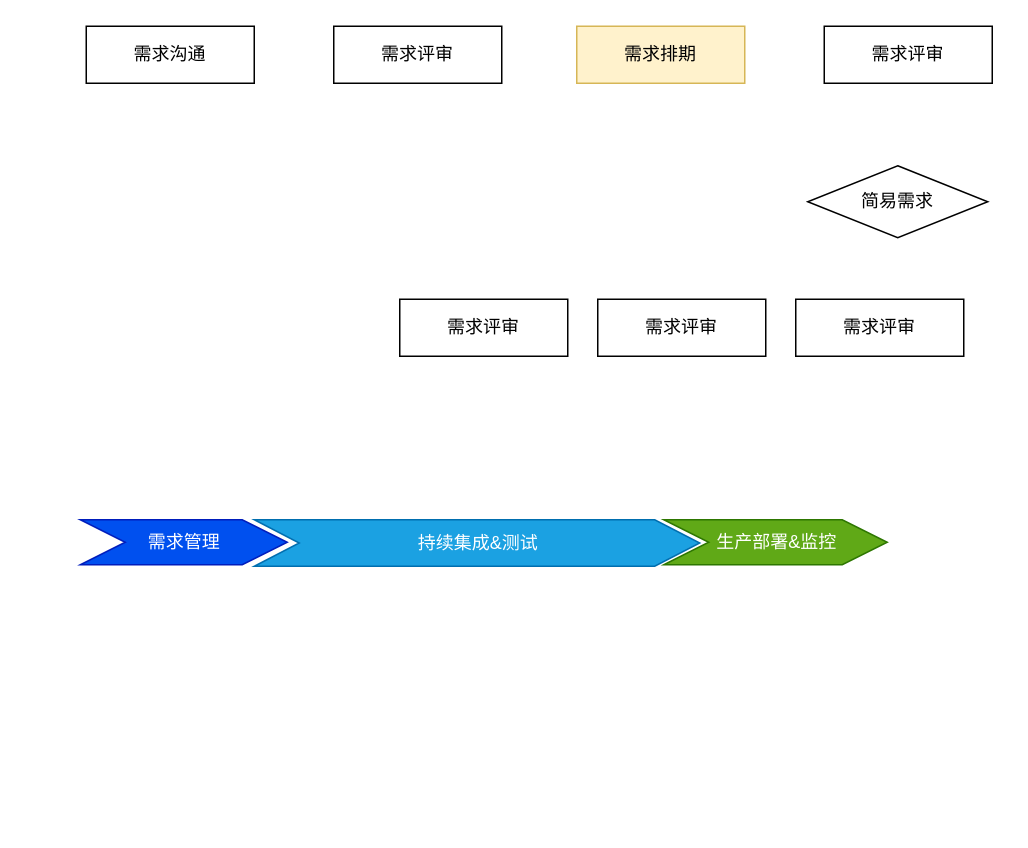
Before: src/Untitled Diagram.drawio in qqstt/diagram, a draw.io diagram. Source tidied: cells renumbered, new cells numbered last; positions are measured from the earlier drawing's top-left corner, leaving out a move shared by most shapes. Both pictures are drawn from the tidied source at 150%, with x=0, y=0 at pixel (80, 26).
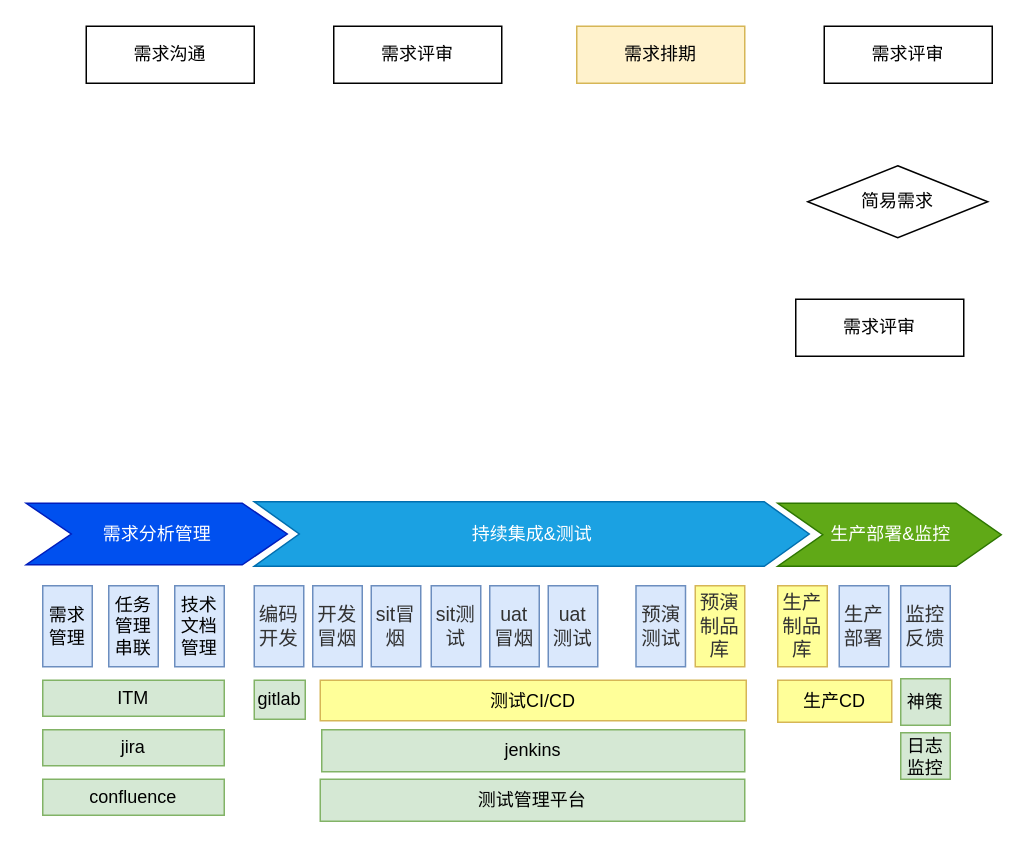
The same page after the edit.

What changed in the source:
```diff
@@
-    <mxCell id="7" value="需求评审" style="rounded=0;whiteSpace=wrap;html=1;" parent="1" vertex="1">
-      <mxGeometry x="345" y="182" width="112" height="38" as="geometry" />
+    <mxCell id="7" value="ITM" style="rounded=0;whiteSpace=wrap;html=1;fillColor=#d5e8d4;strokeColor=#82b366;" parent="1" vertex="1">
+      <mxGeometry x="-25" y="436" width="121" height="24" as="geometry" />
     </mxCell>
-    <mxCell id="8" value="需求评审" style="rounded=0;whiteSpace=wrap;html=1;" parent="1" vertex="1">
-      <mxGeometry x="213" y="182" width="112" height="38" as="geometry" />
-    </mxCell>
@@
-    <mxCell id="10" value="需求管理" style="html=1;shadow=0;dashed=0;align=center;verticalAlign=middle;shape=mxgraph.arrows2.arrow;dy=0;dx=30;notch=30;fillColor=#0050ef;strokeColor=#001DBC;fontColor=#ffffff;" parent="1" vertex="1">
-      <mxGeometry y="329" width="138" height="30" as="geometry" />
+    <mxCell id="10" value="需求分析管理" style="html=1;shadow=0;dashed=0;align=center;verticalAlign=middle;shape=mxgraph.arrows2.arrow;dy=0;dx=30;notch=30;fillColor=#0050ef;strokeColor=#001DBC;fontColor=#ffffff;" parent="1" vertex="1">
+      <mxGeometry x="-36" y="318" width="174" height="41" as="geometry" />
     </mxCell>
     <mxCell id="11" value="持续集成&amp;amp;测试" style="html=1;shadow=0;dashed=0;align=center;verticalAlign=middle;shape=mxgraph.arrows2.arrow;dy=0;dx=30;notch=30;fillColor=#1ba1e2;strokeColor=#006EAF;fontColor=#ffffff;" parent="1" vertex="1">
-      <mxGeometry x="116" y="329" width="297" height="31" as="geometry" />
+      <mxGeometry x="116" y="317" width="370" height="43" as="geometry" />
     </mxCell>
     <mxCell id="12" value="生产部署&amp;amp;监控" style="html=1;shadow=0;dashed=0;align=center;verticalAlign=middle;shape=mxgraph.arrows2.arrow;dy=0;dx=30;notch=30;fillColor=#60a917;fontColor=#ffffff;strokeColor=#2D7600;" parent="1" vertex="1">
-      <mxGeometry x="389" y="329" width="149" height="30" as="geometry" />
+      <mxGeometry x="465" y="318" width="149" height="42" as="geometry" />
     </mxCell>
+    <mxCell id="13" value="技术文档管理" style="rounded=0;whiteSpace=wrap;html=1;fillColor=#dae8fc;strokeColor=#6c8ebf;" parent="1" vertex="1">
+      <mxGeometry x="63" y="373" width="33" height="54" as="geometry" />
+    </mxCell>
+    <mxCell id="14" value="任务管理串联" style="rounded=0;whiteSpace=wrap;html=1;fillColor=#dae8fc;strokeColor=#6c8ebf;" parent="1" vertex="1">
+      <mxGeometry x="19" y="373" width="33" height="54" as="geometry" />
+    </mxCell>
+    <mxCell id="15" value="需求管理" style="rounded=0;whiteSpace=wrap;html=1;fillColor=#dae8fc;strokeColor=#6c8ebf;" parent="1" vertex="1">
+      <mxGeometry x="-25" y="373" width="33" height="54" as="geometry" />
+    </mxCell>
+    <mxCell id="16" value="jira" style="rounded=0;whiteSpace=wrap;html=1;fillColor=#d5e8d4;strokeColor=#82b366;" parent="1" vertex="1">
+      <mxGeometry x="-25" y="469" width="121" height="24" as="geometry" />
+    </mxCell>
+    <mxCell id="17" value="confluence" style="rounded=0;whiteSpace=wrap;html=1;fillColor=#d5e8d4;strokeColor=#82b366;" parent="1" vertex="1">
+      <mxGeometry x="-25" y="502" width="121" height="24" as="geometry" />
+    </mxCell>
+    <mxCell id="18" value="&lt;span style=&quot;color: rgb(50 , 50 , 50) ; font-size: 13px ; background-color: rgba(255 , 255 , 255 , 0.01)&quot;&gt;编码开发&lt;/span&gt;" style="rounded=0;whiteSpace=wrap;html=1;fillColor=#dae8fc;strokeColor=#6c8ebf;" parent="1" vertex="1">
+      <mxGeometry x="116" y="373" width="33" height="54" as="geometry" />
+    </mxCell>
+    <mxCell id="19" value="&lt;span style=&quot;color: rgb(50 , 50 , 50) ; font-size: 13px ; background-color: rgba(255 , 255 , 255 , 0.01)&quot;&gt;开发冒烟&lt;/span&gt;" style="rounded=0;whiteSpace=wrap;html=1;fillColor=#dae8fc;strokeColor=#6c8ebf;" parent="1" vertex="1">
+      <mxGeometry x="155" y="373" width="33" height="54" as="geometry" />
+    </mxCell>
+    <mxCell id="20" value="&lt;span style=&quot;color: rgb(50 , 50 , 50) ; font-size: 13px ; background-color: rgba(255 , 255 , 255 , 0.01)&quot;&gt;sit冒烟&lt;/span&gt;" style="rounded=0;whiteSpace=wrap;html=1;fillColor=#dae8fc;strokeColor=#6c8ebf;" parent="1" vertex="1">
+      <mxGeometry x="194" y="373" width="33" height="54" as="geometry" />
+    </mxCell>
+    <mxCell id="21" value="&lt;span style=&quot;color: rgb(50 , 50 , 50) ; font-size: 13px ; background-color: rgba(255 , 255 , 255 , 0.01)&quot;&gt;sit测试&lt;/span&gt;" style="rounded=0;whiteSpace=wrap;html=1;fillColor=#dae8fc;strokeColor=#6c8ebf;" parent="1" vertex="1">
+      <mxGeometry x="234" y="373" width="33" height="54" as="geometry" />
+    </mxCell>
+    <mxCell id="22" value="&lt;span style=&quot;color: rgb(50 , 50 , 50) ; font-size: 13px ; background-color: rgba(255 , 255 , 255 , 0.01)&quot;&gt;uat冒烟&lt;br&gt;&lt;/span&gt;" style="rounded=0;whiteSpace=wrap;html=1;fillColor=#dae8fc;strokeColor=#6c8ebf;" parent="1" vertex="1">
+      <mxGeometry x="273" y="373" width="33" height="54" as="geometry" />
+    </mxCell>
+    <mxCell id="23" value="&lt;span style=&quot;color: rgb(50 , 50 , 50) ; font-size: 13px ; background-color: rgba(255 , 255 , 255 , 0.01)&quot;&gt;uat测试&lt;/span&gt;" style="rounded=0;whiteSpace=wrap;html=1;fillColor=#dae8fc;strokeColor=#6c8ebf;" parent="1" vertex="1">
+      <mxGeometry x="312" y="373" width="33" height="54" as="geometry" />
+    </mxCell>
+    <mxCell id="24" value="&lt;font color=&quot;#323232&quot;&gt;&lt;span style=&quot;font-size: 13px ; background-color: rgba(255 , 255 , 255 , 0.01)&quot;&gt;预演测试&lt;/span&gt;&lt;/font&gt;" style="rounded=0;whiteSpace=wrap;html=1;fillColor=#dae8fc;strokeColor=#6c8ebf;" parent="1" vertex="1">
+      <mxGeometry x="370.5" y="373" width="33" height="54" as="geometry" />
+    </mxCell>
+    <mxCell id="25" value="&lt;font color=&quot;#323232&quot;&gt;&lt;span style=&quot;font-size: 13px ; background-color: rgba(255 , 255 , 255 , 0.01)&quot;&gt;预演制品库&lt;/span&gt;&lt;/font&gt;" style="rounded=0;whiteSpace=wrap;html=1;fillColor=#FFFF99;strokeColor=#d6b656;" parent="1" vertex="1">
+      <mxGeometry x="410" y="373" width="33" height="54" as="geometry" />
+    </mxCell>
+    <mxCell id="26" value="&lt;font color=&quot;#323232&quot;&gt;&lt;span style=&quot;font-size: 13px ; background-color: rgba(255 , 255 , 255 , 0.01)&quot;&gt;生产制品库&lt;/span&gt;&lt;/font&gt;" style="rounded=0;whiteSpace=wrap;html=1;fillColor=#FFFF99;strokeColor=#d6b656;" parent="1" vertex="1">
+      <mxGeometry x="465" y="373" width="33" height="54" as="geometry" />
+    </mxCell>
+    <mxCell id="27" value="&lt;font color=&quot;#323232&quot;&gt;&lt;span style=&quot;font-size: 13px ; background-color: rgba(255 , 255 , 255 , 0.01)&quot;&gt;生产部署&lt;/span&gt;&lt;/font&gt;" style="rounded=0;whiteSpace=wrap;html=1;fillColor=#dae8fc;strokeColor=#6c8ebf;" parent="1" vertex="1">
+      <mxGeometry x="506" y="373" width="33" height="54" as="geometry" />
+    </mxCell>
+    <mxCell id="28" value="&lt;font color=&quot;#323232&quot;&gt;&lt;span style=&quot;font-size: 13px ; background-color: rgba(255 , 255 , 255 , 0.01)&quot;&gt;监控反馈&lt;/span&gt;&lt;/font&gt;" style="rounded=0;whiteSpace=wrap;html=1;fillColor=#dae8fc;strokeColor=#6c8ebf;" parent="1" vertex="1">
+      <mxGeometry x="547" y="373" width="33" height="54" as="geometry" />
+    </mxCell>
+    <mxCell id="29" value="gitlab" style="rounded=0;whiteSpace=wrap;html=1;fillColor=#d5e8d4;strokeColor=#82b366;" parent="1" vertex="1">
+      <mxGeometry x="116" y="436" width="34" height="26" as="geometry" />
+    </mxCell>
+    <mxCell id="30" value="测试CI/CD" style="rounded=0;whiteSpace=wrap;html=1;fillColor=#FFFF99;strokeColor=#d6b656;" parent="1" vertex="1">
+      <mxGeometry x="160" y="436" width="284" height="27" as="geometry" />
+    </mxCell>
+    <mxCell id="31" value="jenkins" style="rounded=0;whiteSpace=wrap;html=1;fillColor=#d5e8d4;strokeColor=#82b366;" parent="1" vertex="1">
+      <mxGeometry x="161" y="469" width="282" height="28" as="geometry" />
+    </mxCell>
+    <mxCell id="32" value="测试管理平台" style="rounded=0;whiteSpace=wrap;html=1;fillColor=#d5e8d4;strokeColor=#82b366;" parent="1" vertex="1">
+      <mxGeometry x="160" y="502" width="283" height="28" as="geometry" />
+    </mxCell>
+    <mxCell id="33" value="生产CD" style="rounded=0;whiteSpace=wrap;html=1;fillColor=#FFFF99;strokeColor=#d6b656;" parent="1" vertex="1">
+      <mxGeometry x="465" y="436" width="76" height="28" as="geometry" />
+    </mxCell>
+    <mxCell id="34" value="神策" style="rounded=0;whiteSpace=wrap;html=1;fillColor=#d5e8d4;strokeColor=#82b366;" parent="1" vertex="1">
+      <mxGeometry x="547" y="435" width="33" height="31" as="geometry" />
+    </mxCell>
+    <mxCell id="35" value="日志监控" style="rounded=0;whiteSpace=wrap;html=1;fillColor=#d5e8d4;strokeColor=#82b366;" parent="1" vertex="1">
+      <mxGeometry x="547" y="471" width="33" height="31" as="geometry" />
+    </mxCell>
```
